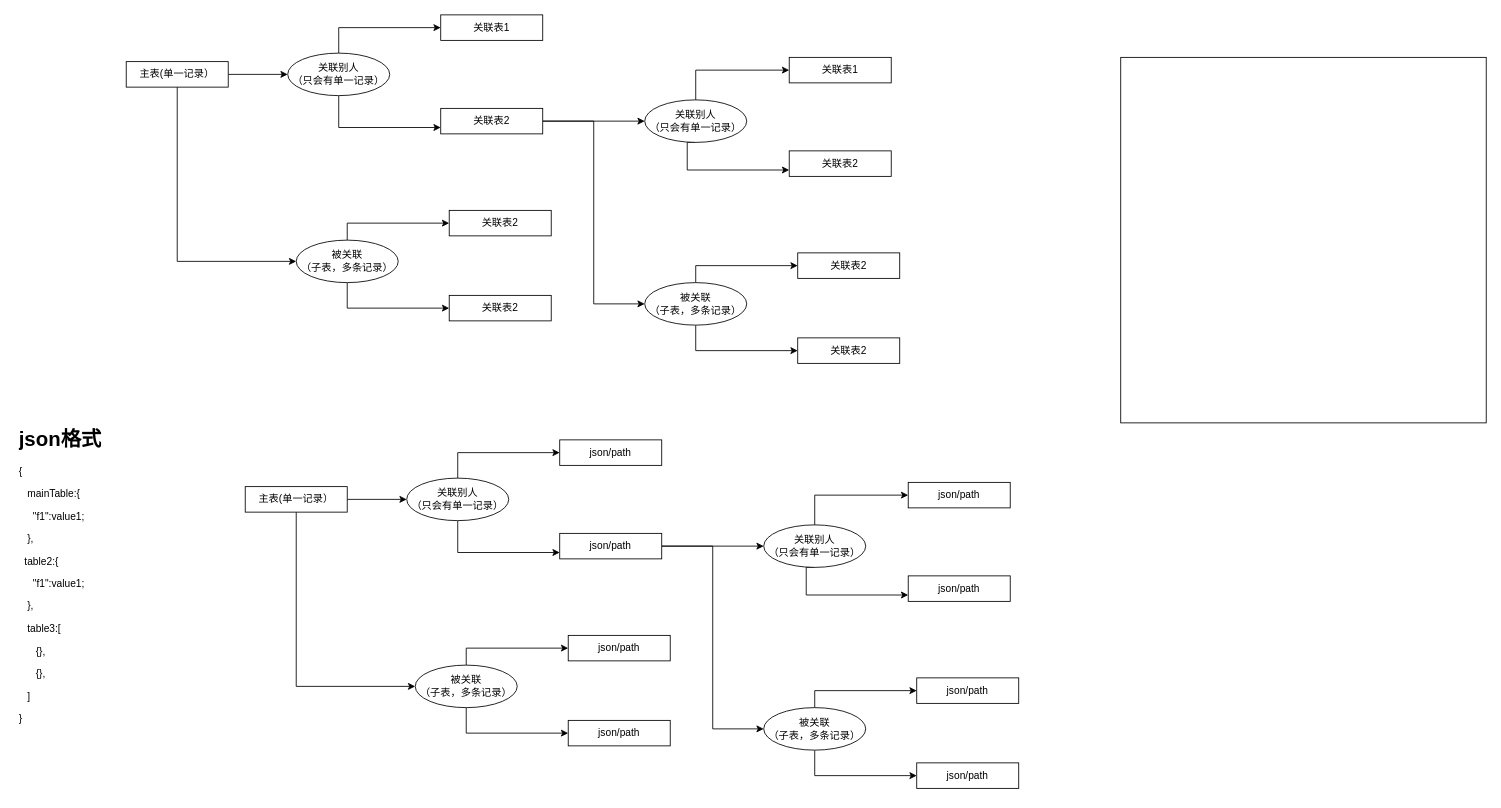
Before: page "数据模型" (4 of 4) of 动态开发系统.drawio in JefferNew/data2wisdom, a draw.io diagram. Source tidied: cells renumbered, new cells numbered last; positions are measured from the earlier drawing's top-left corner, leaving out a move shared by most shapes. Both pictures are drawn from the tidied source at 85%, with x=0, y=0 at pixel (14, 14).
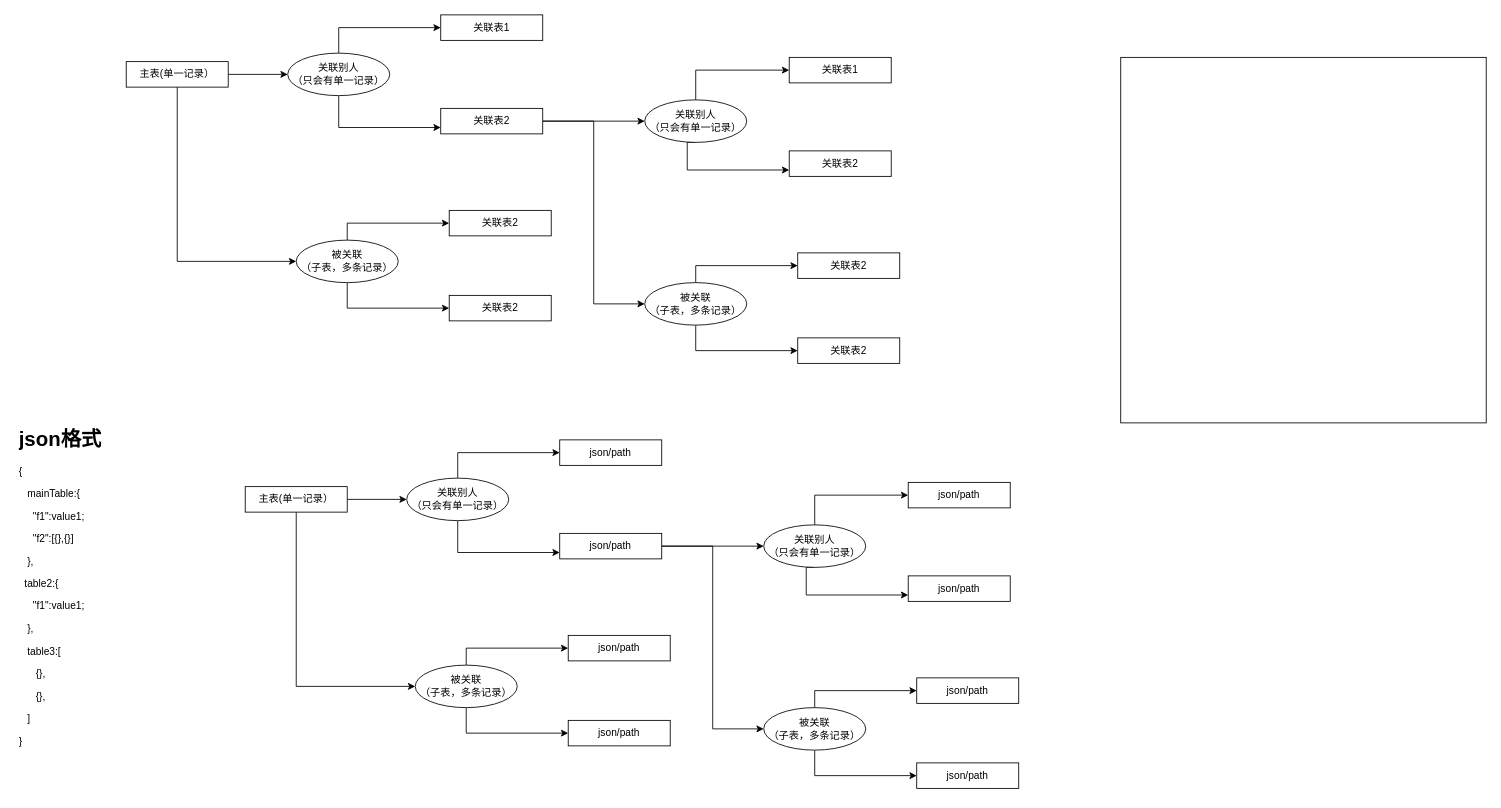
After the change.

Diff of the diagram source:
```diff
@@
-    <mxCell id="17" value="&lt;h1&gt;json格式&lt;/h1&gt;&lt;p&gt;{&lt;/p&gt;&lt;p&gt;&amp;nbsp; &amp;nbsp;mainTable:{&lt;/p&gt;&lt;p&gt;&amp;nbsp; &amp;nbsp; &amp;nbsp;&quot;f1&quot;:value1;&lt;/p&gt;&lt;p&gt;&amp;nbsp; &amp;nbsp;},&lt;/p&gt;&lt;p&gt;&amp;nbsp; table2:{&lt;/p&gt;&lt;p&gt;&amp;nbsp; &amp;nbsp; &amp;nbsp;&quot;f1&quot;:value1;&lt;/p&gt;&lt;p&gt;&amp;nbsp; &amp;nbsp;},&lt;/p&gt;&lt;p&gt;&amp;nbsp; &amp;nbsp;table3:[&lt;/p&gt;&lt;p&gt;&amp;nbsp; &amp;nbsp; &amp;nbsp; {},&lt;/p&gt;&lt;p&gt;&amp;nbsp; &amp;nbsp; &amp;nbsp; {},&lt;/p&gt;&lt;p&gt;&amp;nbsp; &amp;nbsp;]&lt;/p&gt;&lt;p&gt;}&lt;/p&gt;" style="text;html=1;strokeColor=none;fillColor=none;spacing=5;spacingTop=-20;whiteSpace=wrap;overflow=hidden;rounded=0;" parent="1" vertex="1">
+    <mxCell id="17" value="&lt;h1&gt;json格式&lt;/h1&gt;&lt;p&gt;{&lt;/p&gt;&lt;p&gt;&amp;nbsp; &amp;nbsp;mainTable:{&lt;/p&gt;&lt;p&gt;&amp;nbsp; &amp;nbsp; &amp;nbsp;&quot;f1&quot;:value1;&lt;/p&gt;&lt;p&gt;&amp;nbsp; &amp;nbsp; &amp;nbsp;&quot;f2&quot;:[{},{}]&lt;/p&gt;&lt;p&gt;&amp;nbsp; &amp;nbsp;},&lt;/p&gt;&lt;p&gt;&amp;nbsp; table2:{&lt;/p&gt;&lt;p&gt;&amp;nbsp; &amp;nbsp; &amp;nbsp;&quot;f1&quot;:value1;&lt;/p&gt;&lt;p&gt;&amp;nbsp; &amp;nbsp;},&lt;/p&gt;&lt;p&gt;&amp;nbsp; &amp;nbsp;table3:[&lt;/p&gt;&lt;p&gt;&amp;nbsp; &amp;nbsp; &amp;nbsp; {},&lt;/p&gt;&lt;p&gt;&amp;nbsp; &amp;nbsp; &amp;nbsp; {},&lt;/p&gt;&lt;p&gt;&amp;nbsp; &amp;nbsp;]&lt;/p&gt;&lt;p&gt;}&lt;/p&gt;" style="text;html=1;strokeColor=none;fillColor=none;spacing=5;spacingTop=-20;whiteSpace=wrap;overflow=hidden;rounded=0;" parent="1" vertex="1">
       <mxGeometry y="480" width="295" height="436" as="geometry" />
     </mxCell>
```
